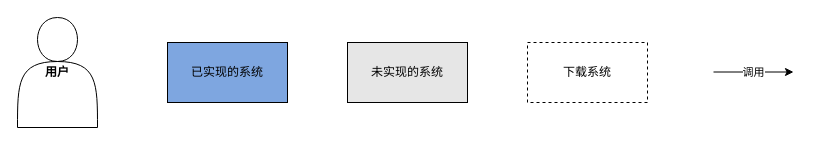
Above: 下载服务/符号.drawio in cui2000/uml (draw.io), before the change. Source tidied: cells renumbered, new cells numbered last; positions are measured from the earlier drawing's top-left corner, leaving out a move shared by most shapes. Both pictures are drawn from the tidied source at 100%, with x=0, y=0 at pixel (17, 17).
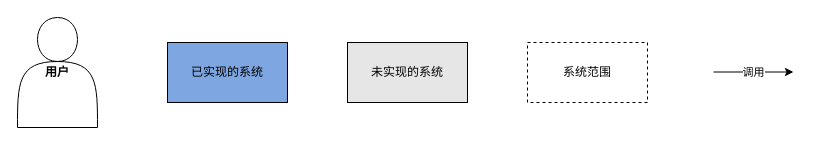
The same diagram, later.

Diff of the diagram source:
```diff
@@
 <mxGraphModel>
   <root>
     <mxCell id="0" />
     <mxCell id="1" parent="0" />
     <mxCell id="2" value="已实现的系统" style="rounded=0;whiteSpace=wrap;html=1;fillColor=#7EA6E0;" parent="1" vertex="1">
       <mxGeometry x="150" y="25" width="120" height="60" as="geometry" />
     </mxCell>
     <mxCell id="3" value="&lt;b&gt;用户&lt;/b&gt;" style="shape=actor;whiteSpace=wrap;html=1;" parent="1" vertex="1">
       <mxGeometry width="80" height="110" as="geometry" />
     </mxCell>
     <mxCell id="4" value="未实现的系统" style="rounded=0;whiteSpace=wrap;html=1;fillColor=#E6E6E6;" parent="1" vertex="1">
       <mxGeometry x="330" y="25" width="120" height="60" as="geometry" />
     </mxCell>
-    <mxCell id="5" value="下载系统" style="rounded=0;whiteSpace=wrap;html=1;fillColor=#FFFFFF;dashed=1;" parent="1" vertex="1">
+    <mxCell id="5" value="系统范围" style="rounded=0;whiteSpace=wrap;html=1;fillColor=#FFFFFF;dashed=1;" parent="1" vertex="1">
       <mxGeometry x="510" y="25" width="120" height="60" as="geometry" />
     </mxCell>
     <mxCell id="6" value="调用" style="endArrow=classic;html=1;" parent="1" edge="1">
       <mxGeometry relative="1" as="geometry">
         <mxPoint x="696" y="54.5" as="sourcePoint" />
         <mxPoint x="776" y="54.5" as="targetPoint" />
       </mxGeometry>
     </mxCell>
   </root>
 </mxGraphModel>
```
